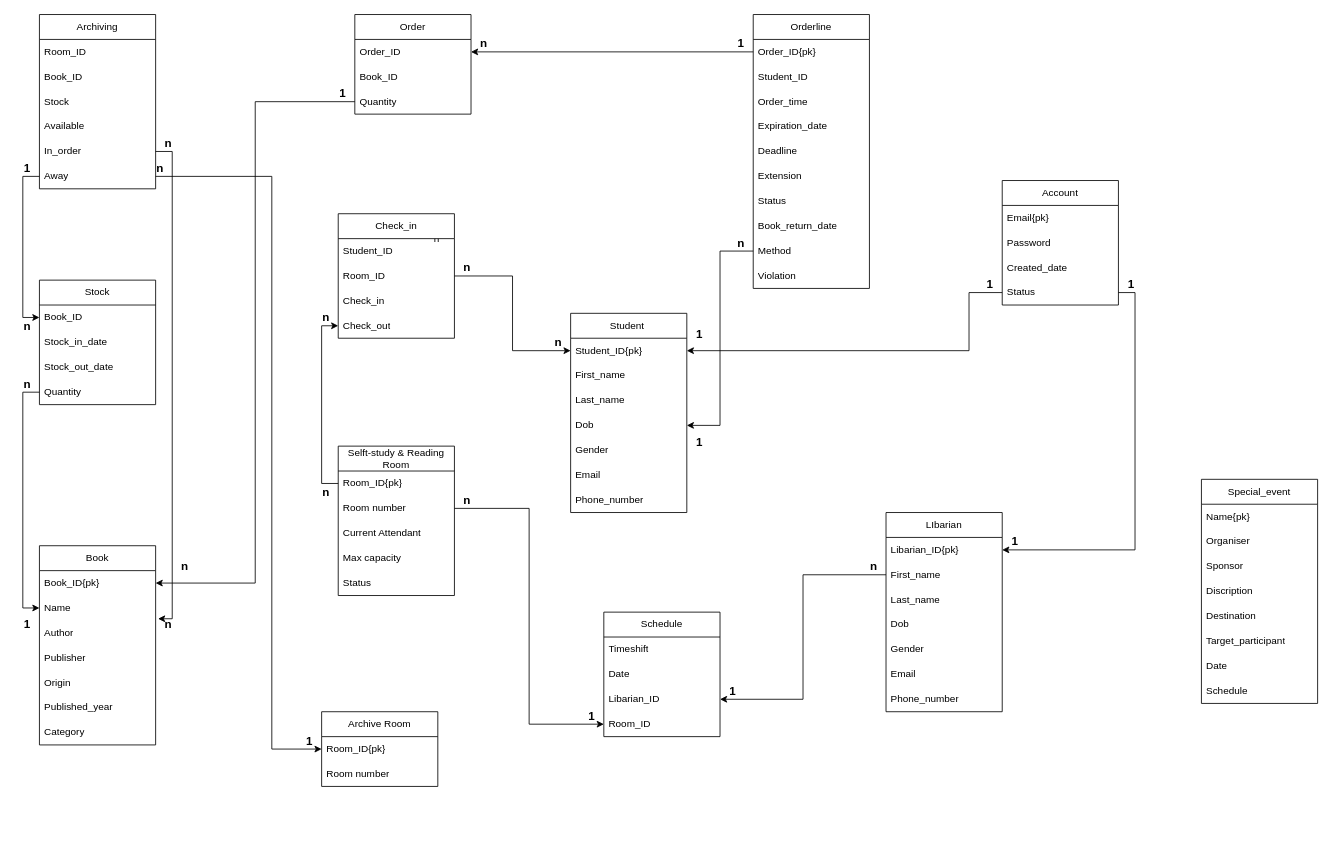
The draw.io diagram table_relations.drawio in Dovanvu09/LibraryManagement, before the edit. Source tidied: cells renumbered, new cells numbered last; positions are measured from the earlier drawing's top-left corner, leaving out a move shared by most shapes. Both pictures are drawn from the tidied source at 83%, with x=0, y=0 at pixel (14, 14).
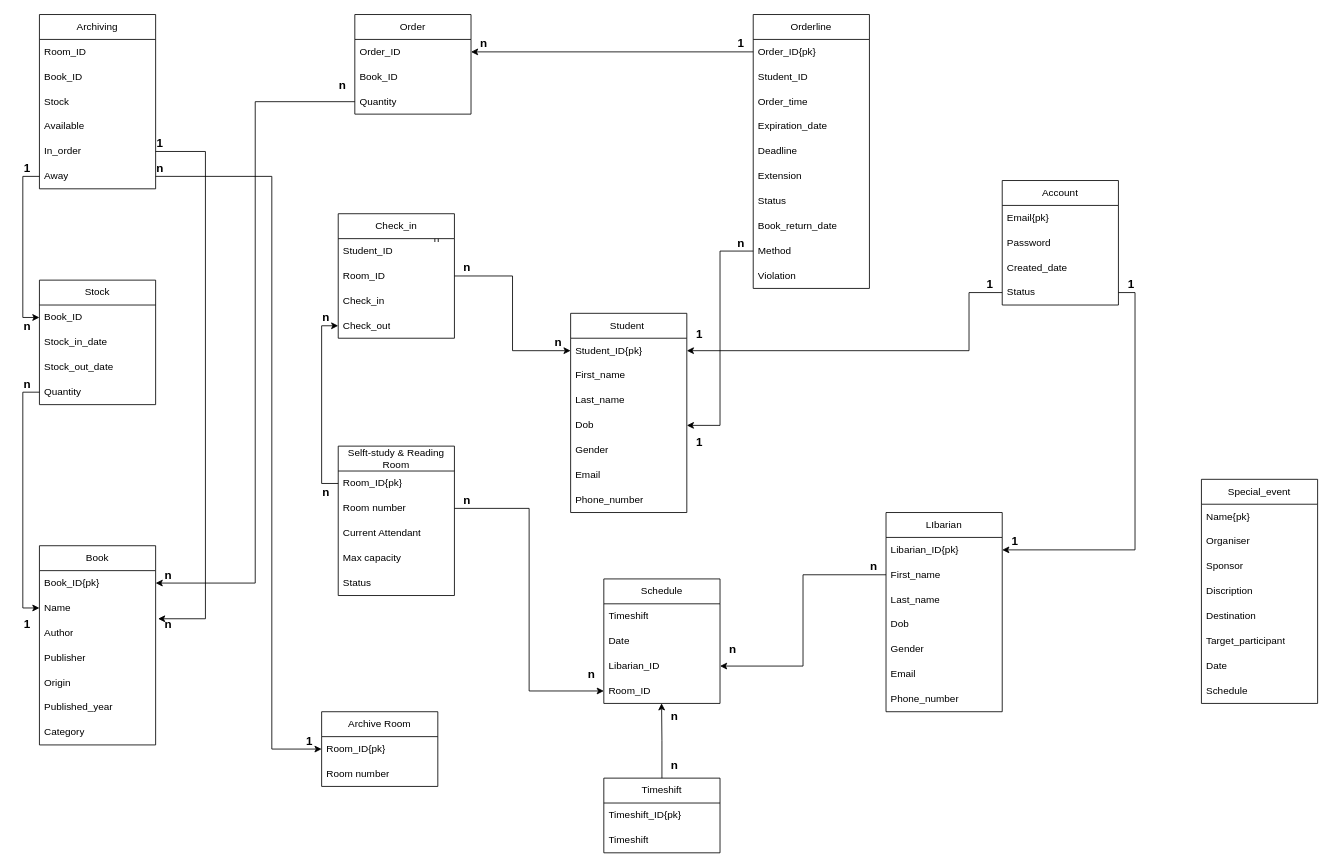
The same diagram, later.

Commit message:
Cập nhật table_relations.drawio

The change refers to these unchanged cells:
```xml
<mxCell id="12" value="Name" style="text;strokeColor=none;fillColor=none;align=left;verticalAlign=middle;spacingLeft=4;spacingRight=4;overflow=hidden;points=[[0,0.5],[1,0.5]];portConstraint=eastwest;whiteSpace=wrap;html=1;" parent="10" vertex="1">
  <mxGeometry y="60" width="140" height="30" as="geometry" />
</mxCell>
<mxCell id="28" value="Room_ID" style="text;strokeColor=none;fillColor=none;align=left;verticalAlign=middle;spacingLeft=4;spacingRight=4;overflow=hidden;points=[[0,0.5],[1,0.5]];portConstraint=eastwest;whiteSpace=wrap;html=1;" parent="24" vertex="1">
  <mxGeometry y="120" width="140" height="30" as="geometry" />
</mxCell>
<mxCell id="67" value="In_order" style="text;strokeColor=none;fillColor=none;align=left;verticalAlign=middle;spacingLeft=4;spacingRight=4;overflow=hidden;points=[[0,0.5],[1,0.5]];portConstraint=eastwest;whiteSpace=wrap;html=1;" parent="62" vertex="1">
  <mxGeometry y="150" width="140" height="30" as="geometry" />
</mxCell>
```

The edit, as a diff of the source:
```diff
@@
     <mxCell id="24" value="Schedule" style="swimlane;fontStyle=0;horizontal=1;startSize=30;whiteSpace=wrap;html=1;" parent="1" vertex="1">
-      <mxGeometry x="710" y="720" width="140" height="150" as="geometry" />
+      <mxGeometry x="710" y="680" width="140" height="150" as="geometry" />
     </mxCell>
@@
     <mxCell id="99" value="&lt;font style=&quot;font-size: 14px;&quot;&gt;&lt;b&gt;n&lt;/b&gt;&lt;/font&gt;" style="text;html=1;align=center;verticalAlign=middle;strokeColor=none;fillColor=none;" parent="1" vertex="1">
-      <mxGeometry x="190" y="650" width="30" height="30" as="geometry" />
+      <mxGeometry x="170" y="660" width="30" height="30" as="geometry" />
     </mxCell>
@@
-    <mxCell id="103" value="&lt;font style=&quot;font-size: 14px;&quot;&gt;&lt;b&gt;1&lt;/b&gt;&lt;/font&gt;" style="text;html=1;align=center;verticalAlign=middle;strokeColor=none;fillColor=none;" parent="1" vertex="1">
-      <mxGeometry x="680" y="830" width="30" height="30" as="geometry" />
-    </mxCell>
-    <mxCell id="104" value="&lt;font style=&quot;font-size: 14px;&quot;&gt;&lt;b&gt;1&lt;/b&gt;&lt;/font&gt;" style="text;html=1;align=center;verticalAlign=middle;strokeColor=none;fillColor=none;" parent="1" vertex="1">
-      <mxGeometry x="850" y="800" width="30" height="30" as="geometry" />
-    </mxCell>
@@
     <mxCell id="117" style="edgeStyle=orthogonalEdgeStyle;rounded=0;jettySize=auto;html=1;exitX=1;exitY=0.5;exitDx=0;exitDy=0;entryX=1.021;entryY=0.933;entryDx=0;entryDy=0;entryPerimeter=0;" parent="1" edge="1" source="67" target="12">
       <mxGeometry relative="1" as="geometry">
         <Array as="points">
-          <mxPoint x="190" y="165" />
-          <mxPoint x="190" y="728" />
+          <mxPoint x="230" y="165" />
+          <mxPoint x="230" y="728" />
         </Array>
       </mxGeometry>
     </mxCell>
@@
-    <mxCell id="119" value="&lt;font style=&quot;font-size: 14px;&quot;&gt;&lt;b&gt;1&lt;/b&gt;&lt;/font&gt;" style="text;html=1;align=center;verticalAlign=middle;strokeColor=none;fillColor=none;" parent="1" vertex="1">
-      <mxGeometry x="380" y="80" width="30" height="30" as="geometry" />
-    </mxCell>
@@
-    <mxCell id="121" value="&lt;font style=&quot;font-size: 14px;&quot;&gt;&lt;b&gt;n&lt;/b&gt;&lt;/font&gt;" style="text;html=1;align=center;verticalAlign=middle;strokeColor=none;fillColor=none;" parent="1" vertex="1">
-      <mxGeometry x="170" y="140" width="30" height="30" as="geometry" />
-    </mxCell>
@@
+    <mxCell id="126" value="Timeshift" style="swimlane;fontStyle=0;horizontal=1;startSize=30;whiteSpace=wrap;html=1;" parent="1" vertex="1">
+      <mxGeometry x="710" y="920" width="140" height="90" as="geometry" />
+    </mxCell>
+    <mxCell id="127" value="Timeshift_ID{pk}" style="text;strokeColor=none;fillColor=none;align=left;verticalAlign=middle;spacingLeft=4;spacingRight=4;overflow=hidden;whiteSpace=wrap;html=1;" parent="126" vertex="1">
+      <mxGeometry y="30" width="140" height="30" as="geometry" />
+    </mxCell>
+    <mxCell id="128" value="Timeshift" style="text;strokeColor=none;fillColor=none;align=left;verticalAlign=middle;spacingLeft=4;spacingRight=4;overflow=hidden;whiteSpace=wrap;html=1;" parent="126" vertex="1">
+      <mxGeometry y="60" width="140" height="30" as="geometry" />
+    </mxCell>
+    <mxCell id="129" style="edgeStyle=orthogonalEdgeStyle;rounded=0;jettySize=auto;html=1;exitX=0.5;exitY=0;exitDx=0;exitDy=0;entryX=0.497;entryY=0.995;entryDx=0;entryDy=0;entryPerimeter=0;" parent="1" edge="1" source="126" target="28">
+      <mxGeometry relative="1" as="geometry" />
+    </mxCell>
+    <mxCell id="130" value="&lt;font style=&quot;font-size: 14px;&quot;&gt;&lt;b&gt;n&lt;/b&gt;&lt;/font&gt;" style="text;html=1;align=center;verticalAlign=middle;strokeColor=none;fillColor=none;" parent="1" vertex="1">
+      <mxGeometry x="680" y="780" width="30" height="30" as="geometry" />
+    </mxCell>
+    <mxCell id="131" value="&lt;font style=&quot;font-size: 14px;&quot;&gt;&lt;b&gt;n&lt;/b&gt;&lt;/font&gt;" style="text;html=1;align=center;verticalAlign=middle;strokeColor=none;fillColor=none;" parent="1" vertex="1">
+      <mxGeometry x="850" y="750" width="30" height="30" as="geometry" />
+    </mxCell>
+    <mxCell id="132" value="&lt;font style=&quot;font-size: 14px;&quot;&gt;&lt;b&gt;n&lt;/b&gt;&lt;/font&gt;" style="text;html=1;align=center;verticalAlign=middle;strokeColor=none;fillColor=none;" parent="1" vertex="1">
+      <mxGeometry x="780" y="890" width="30" height="30" as="geometry" />
+    </mxCell>
+    <mxCell id="133" value="&lt;font style=&quot;font-size: 14px;&quot;&gt;&lt;b&gt;n&lt;/b&gt;&lt;/font&gt;" style="text;html=1;align=center;verticalAlign=middle;strokeColor=none;fillColor=none;" parent="1" vertex="1">
+      <mxGeometry x="780" y="830" width="30" height="30" as="geometry" />
+    </mxCell>
+    <mxCell id="134" value="&lt;font style=&quot;font-size: 14px;&quot;&gt;&lt;b&gt;n&lt;/b&gt;&lt;/font&gt;" style="text;html=1;align=center;verticalAlign=middle;strokeColor=none;fillColor=none;" parent="1" vertex="1">
+      <mxGeometry x="380" y="70" width="30" height="30" as="geometry" />
+    </mxCell>
+    <mxCell id="135" value="&lt;font style=&quot;font-size: 14px;&quot;&gt;&lt;b&gt;1&lt;/b&gt;&lt;/font&gt;" style="text;html=1;align=center;verticalAlign=middle;strokeColor=none;fillColor=none;" parent="1" vertex="1">
+      <mxGeometry x="160" y="140" width="30" height="30" as="geometry" />
+    </mxCell>
```
